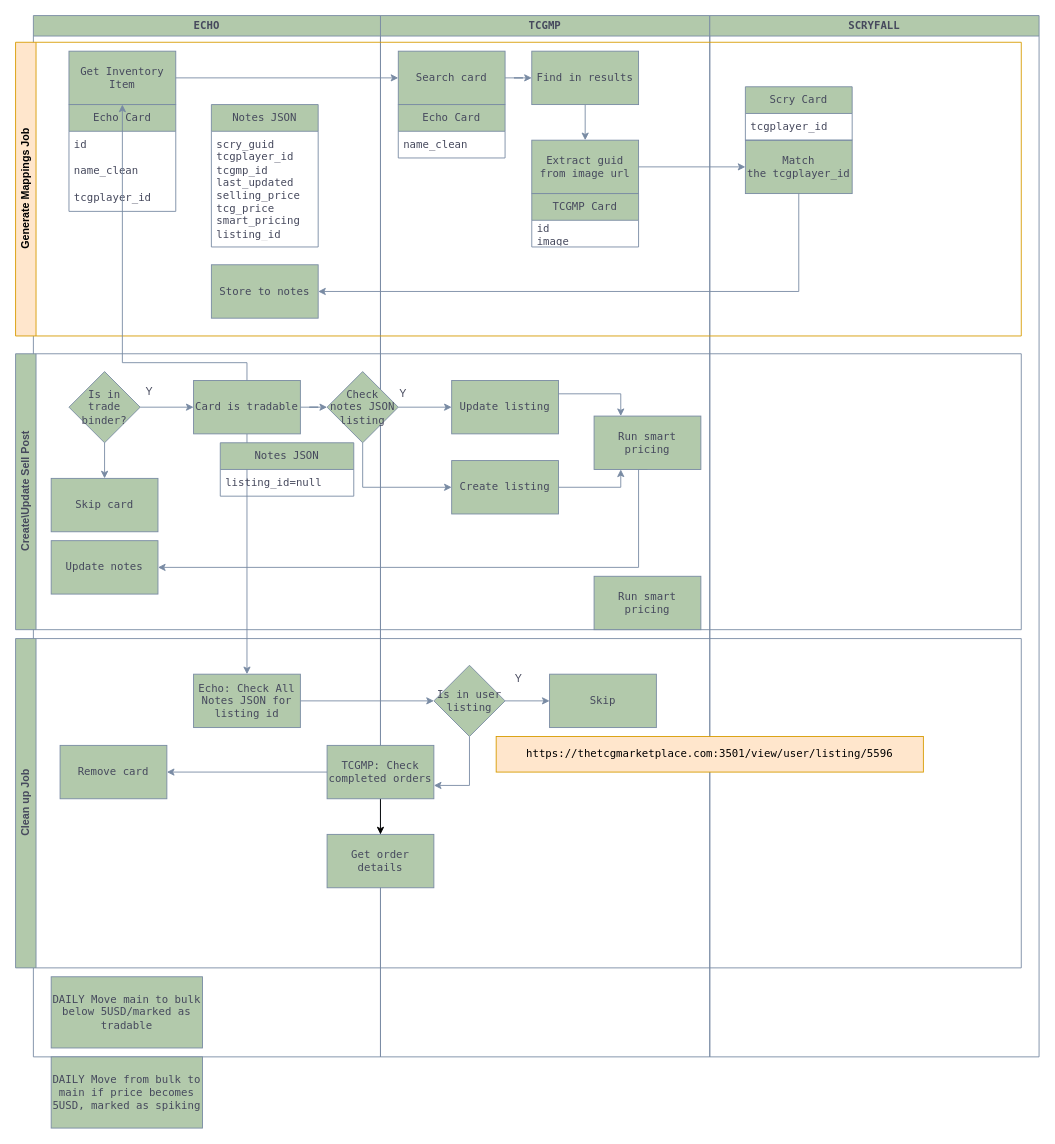
The draw.io diagram workflows/purchases/diagrams/tcg_mp.drawio in brianbartilet/harqis-work, before the edit. Source tidied: cells renumbered, new cells numbered last; positions are measured from the earlier drawing's top-left corner, leaving out a move shared by most shapes. Both pictures are drawn from the tidied source at 89%, with x=0, y=0 at pixel (15, 15).
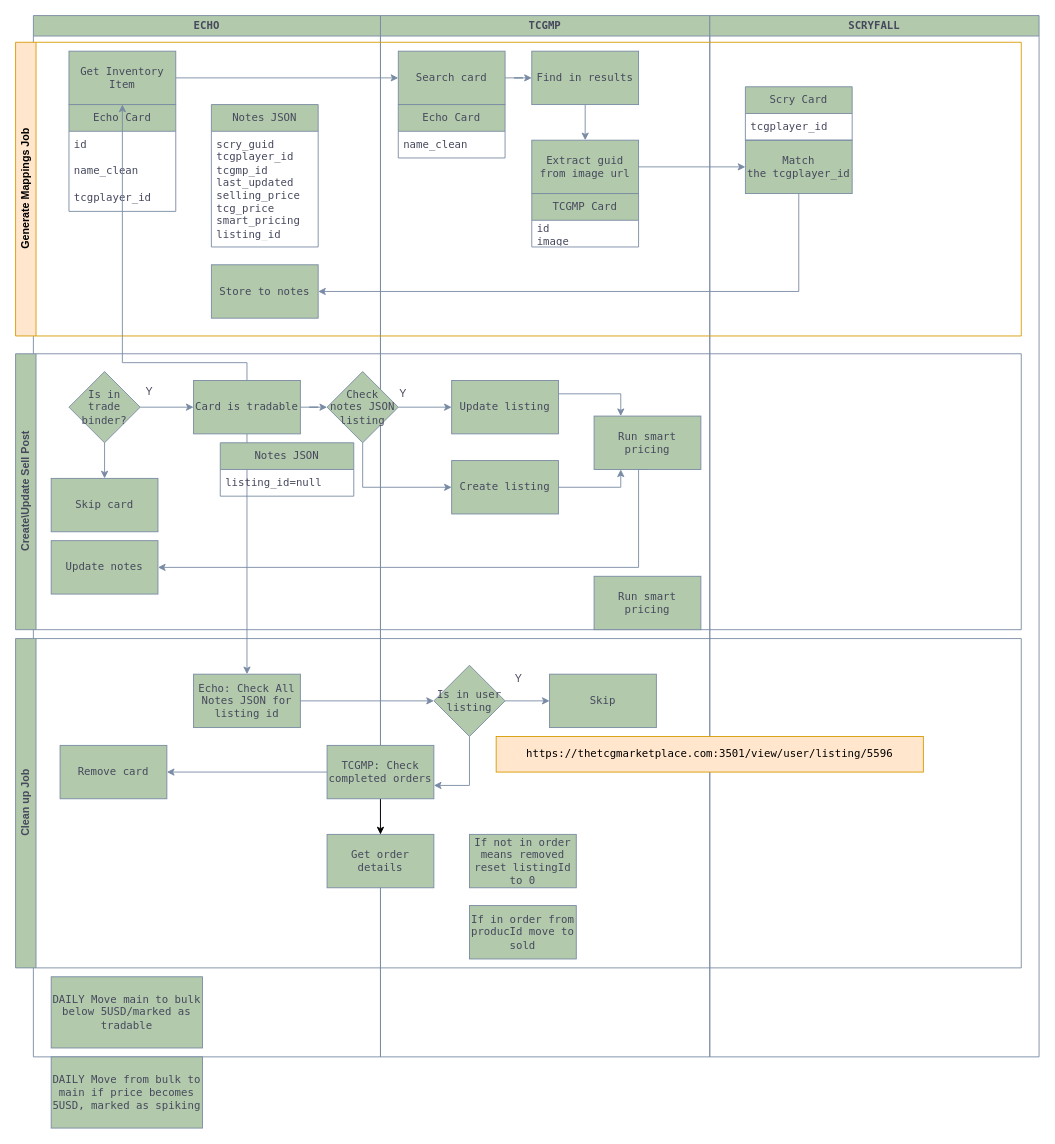
The same diagram, later.

Commit message (it also covers changes not shown here):
(work) update tcg orders

The change refers to these unchanged cells:
```xml
<mxCell id="54" value="Clean up Job" style="swimlane;horizontal=0;whiteSpace=wrap;html=1;labelBackgroundColor=none;fillColor=#B2C9AB;strokeColor=#788AA3;fontColor=#46495D;" parent="1" vertex="1">
  <mxGeometry y="700" width="1130" height="370" as="geometry" />
</mxCell>
```

What changed in the source:
```diff
@@
+    <mxCell id="69" value="If not in order means removed reset listingId to 0" style="rounded=0;whiteSpace=wrap;html=1;fontFamily=Lucida Console;labelBackgroundColor=none;fillColor=#B2C9AB;strokeColor=#788AA3;fontColor=#46495D;" parent="54" vertex="1">
+      <mxGeometry x="510" y="220" width="120" height="60" as="geometry" />
+    </mxCell>
+    <mxCell id="70" value="If in order from producId move to sold" style="rounded=0;whiteSpace=wrap;html=1;fontFamily=Lucida Console;labelBackgroundColor=none;fillColor=#B2C9AB;strokeColor=#788AA3;fontColor=#46495D;" parent="54" vertex="1">
+      <mxGeometry x="510" y="300" width="120" height="60" as="geometry" />
+    </mxCell>
```
